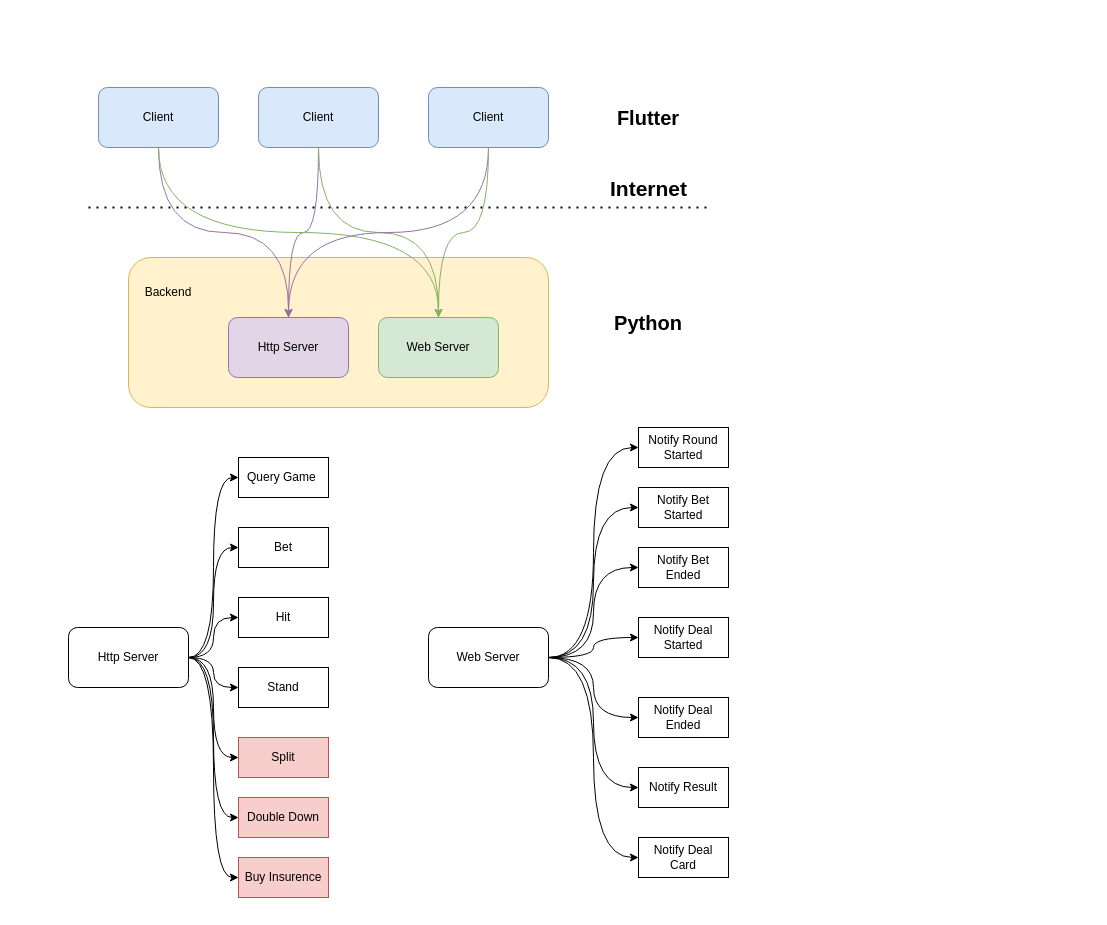
Above: docs/blackjack_tech_structure.drawio in chongin/blackjack (draw.io), before the change. Source tidied: cells renumbered, new cells numbered last; positions are measured from the earlier drawing's top-left corner, leaving out a move shared by most shapes. Both pictures are drawn from the tidied source at 100%, with x=0, y=0 at pixel (68, 87).
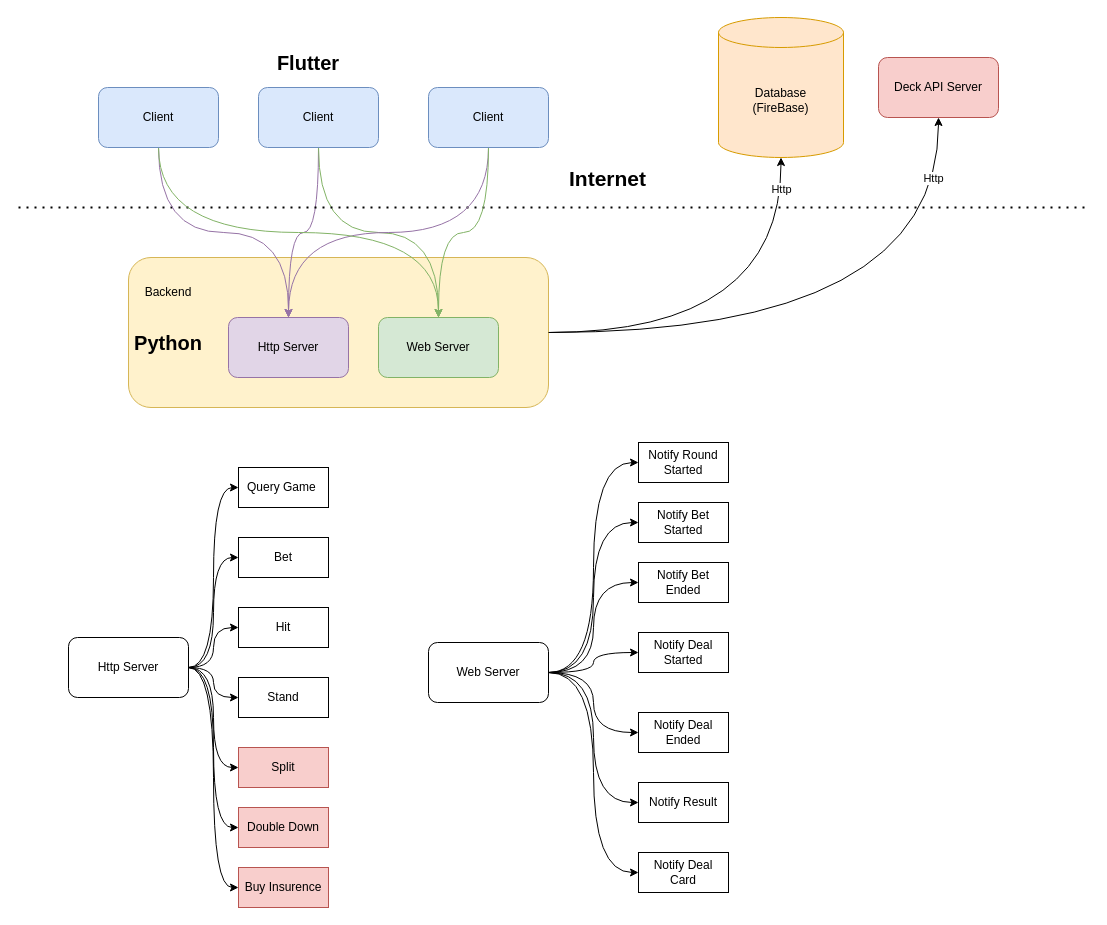
Above is the later version.

The change refers to these unchanged cells:
```xml
<mxCell id="2" style="rounded=1;whiteSpace=wrap;html=1;fillColor=#fff2cc;strokeColor=#d6b656;" parent="1" vertex="1">
  <mxGeometry x="60" y="170" width="420" height="150" as="geometry" />
</mxCell>
```

Change to the diagram source:
```diff
@@
+    <mxCell id="49" style="edgeStyle=orthogonalEdgeStyle;curved=1;rounded=0;jettySize=auto;html=1;exitX=1;exitY=0.5;exitDx=0;exitDy=0;entryX=0.5;entryY=1;entryDx=0;entryDy=0;" parent="1" edge="1" source="2" target="54">
+      <mxGeometry relative="1" as="geometry" />
+    </mxCell>
+    <mxCell id="50" value="Http" style="edgeLabel;html=1;align=center;verticalAlign=middle;" parent="49" vertex="1">
+      <mxGeometry x="0.8" y="6" relative="1" as="geometry" />
+    </mxCell>
@@
     <mxCell id="6" style="endArrow=none;dashed=1;html=1;dashPattern=1 3;strokeWidth=2;rounded=0;" parent="1" edge="1">
       <mxGeometry relative="1" as="geometry">
-        <mxPoint x="20" y="120" as="sourcePoint" />
-        <mxPoint x="640" y="120" as="targetPoint" />
+        <mxPoint x="-50" y="120" as="sourcePoint" />
+        <mxPoint x="1020" y="120" as="targetPoint" />
       </mxGeometry>
     </mxCell>
     <mxCell id="7" value="Internet" style="edgeLabel;html=1;align=center;verticalAlign=middle;fontSize=21;fontStyle=1;" parent="6" vertex="1">
       <mxGeometry x="0.92" y="-2" relative="1" as="geometry">
-        <mxPoint x="-36" y="-22" as="offset" />
+        <mxPoint x="-439" y="-32" as="offset" />
       </mxGeometry>
     </mxCell>
@@
     <mxCell id="17" value="Query Game&amp;nbsp;" style="rounded=0;whiteSpace=wrap;html=1;" parent="1" vertex="1">
-      <mxGeometry x="170" y="370" width="90" height="40" as="geometry" />
+      <mxGeometry x="170" y="380" width="90" height="40" as="geometry" />
     </mxCell>
     <mxCell id="18" value="Bet" style="rounded=0;whiteSpace=wrap;html=1;" parent="1" vertex="1">
-      <mxGeometry x="170" y="440" width="90" height="40" as="geometry" />
+      <mxGeometry x="170" y="450" width="90" height="40" as="geometry" />
     </mxCell>
     <mxCell id="19" value="Hit" style="rounded=0;whiteSpace=wrap;html=1;" parent="1" vertex="1">
-      <mxGeometry x="170" y="510" width="90" height="40" as="geometry" />
+      <mxGeometry x="170" y="520" width="90" height="40" as="geometry" />
     </mxCell>
@@
     <mxCell id="27" value="Http Server" style="rounded=1;whiteSpace=wrap;html=1;" parent="1" vertex="1">
-      <mxGeometry y="540" width="120" height="60" as="geometry" />
+      <mxGeometry y="550" width="120" height="60" as="geometry" />
     </mxCell>
     <mxCell id="28" value="Stand" style="rounded=0;whiteSpace=wrap;html=1;" parent="1" vertex="1">
-      <mxGeometry x="170" y="580" width="90" height="40" as="geometry" />
+      <mxGeometry x="170" y="590" width="90" height="40" as="geometry" />
     </mxCell>
     <mxCell id="29" value="Split" style="rounded=0;whiteSpace=wrap;html=1;fillColor=#f8cecc;strokeColor=#b85450;" parent="1" vertex="1">
-      <mxGeometry x="170" y="650" width="90" height="40" as="geometry" />
+      <mxGeometry x="170" y="660" width="90" height="40" as="geometry" />
     </mxCell>
     <mxCell id="30" value="Double Down" style="rounded=0;whiteSpace=wrap;html=1;fillColor=#f8cecc;strokeColor=#b85450;" parent="1" vertex="1">
-      <mxGeometry x="170" y="710" width="90" height="40" as="geometry" />
+      <mxGeometry x="170" y="720" width="90" height="40" as="geometry" />
     </mxCell>
     <mxCell id="31" value="Buy Insurence" style="rounded=0;whiteSpace=wrap;html=1;fillColor=#f8cecc;strokeColor=#b85450;" parent="1" vertex="1">
-      <mxGeometry x="170" y="770" width="90" height="40" as="geometry" />
+      <mxGeometry x="170" y="780" width="90" height="40" as="geometry" />
     </mxCell>
@@
     <mxCell id="39" value="Web Server" style="rounded=1;whiteSpace=wrap;html=1;" parent="1" vertex="1">
-      <mxGeometry x="360" y="540" width="120" height="60" as="geometry" />
+      <mxGeometry x="360" y="555" width="120" height="60" as="geometry" />
     </mxCell>
     <mxCell id="40" value="Notify Round Started" style="rounded=0;whiteSpace=wrap;html=1;" parent="1" vertex="1">
-      <mxGeometry x="570" y="340" width="90" height="40" as="geometry" />
+      <mxGeometry x="570" y="355" width="90" height="40" as="geometry" />
     </mxCell>
     <mxCell id="41" value="Notify Bet Started" style="rounded=0;whiteSpace=wrap;html=1;" parent="1" vertex="1">
-      <mxGeometry x="570" y="400" width="90" height="40" as="geometry" />
+      <mxGeometry x="570" y="415" width="90" height="40" as="geometry" />
     </mxCell>
     <mxCell id="42" value="Notify Bet Ended" style="rounded=0;whiteSpace=wrap;html=1;" parent="1" vertex="1">
-      <mxGeometry x="570" y="460" width="90" height="40" as="geometry" />
+      <mxGeometry x="570" y="475" width="90" height="40" as="geometry" />
     </mxCell>
     <mxCell id="43" value="Notify Deal Ended" style="rounded=0;whiteSpace=wrap;html=1;" parent="1" vertex="1">
-      <mxGeometry x="570" y="610" width="90" height="40" as="geometry" />
+      <mxGeometry x="570" y="625" width="90" height="40" as="geometry" />
     </mxCell>
     <mxCell id="44" value="Notify Deal Started" style="rounded=0;whiteSpace=wrap;html=1;" parent="1" vertex="1">
-      <mxGeometry x="570" y="530" width="90" height="40" as="geometry" />
+      <mxGeometry x="570" y="545" width="90" height="40" as="geometry" />
     </mxCell>
     <mxCell id="45" value="Notify Result" style="rounded=0;whiteSpace=wrap;html=1;" parent="1" vertex="1">
-      <mxGeometry x="570" y="680" width="90" height="40" as="geometry" />
+      <mxGeometry x="570" y="695" width="90" height="40" as="geometry" />
     </mxCell>
     <mxCell id="46" value="Notify Deal Card" style="rounded=0;whiteSpace=wrap;html=1;" parent="1" vertex="1">
-      <mxGeometry x="570" y="750" width="90" height="40" as="geometry" />
+      <mxGeometry x="570" y="765" width="90" height="40" as="geometry" />
     </mxCell>
     <mxCell id="47" value="Flutter" style="text;html=1;strokeColor=none;fillColor=none;align=center;verticalAlign=middle;whiteSpace=wrap;rounded=0;fontSize=20;fontStyle=1;" parent="1" vertex="1">
-      <mxGeometry x="550" y="15" width="60" height="30" as="geometry" />
+      <mxGeometry x="210" y="-40" width="60" height="30" as="geometry" />
     </mxCell>
     <mxCell id="48" value="Python" style="text;html=1;strokeColor=none;fillColor=none;align=center;verticalAlign=middle;whiteSpace=wrap;rounded=0;fontSize=20;fontStyle=1;" parent="1" vertex="1">
-      <mxGeometry x="550" y="220" width="60" height="30" as="geometry" />
+      <mxGeometry x="70" y="240" width="60" height="30" as="geometry" />
     </mxCell>
+    <mxCell id="51" value="Database&lt;br&gt;(FireBase)" style="shape=cylinder3;whiteSpace=wrap;html=1;boundedLbl=1;backgroundOutline=1;size=15;fillColor=#ffe6cc;strokeColor=#d79b00;" parent="1" vertex="1">
+      <mxGeometry x="650" y="-70" width="125" height="140" as="geometry" />
+    </mxCell>
+    <mxCell id="52" style="edgeStyle=orthogonalEdgeStyle;curved=1;rounded=0;jettySize=auto;html=1;exitX=1;exitY=0.5;exitDx=0;exitDy=0;entryX=0.5;entryY=1;entryDx=0;entryDy=0;entryPerimeter=0;" parent="1" edge="1" source="2" target="51">
+      <mxGeometry relative="1" as="geometry" />
+    </mxCell>
+    <mxCell id="53" value="Http" style="edgeLabel;html=1;align=center;verticalAlign=middle;" parent="52" vertex="1">
+      <mxGeometry x="0.73" y="6" relative="1" as="geometry">
+        <mxPoint x="6" y="-24" as="offset" />
+      </mxGeometry>
+    </mxCell>
+    <mxCell id="54" value="Deck API Server" style="rounded=1;whiteSpace=wrap;html=1;fillColor=#f8cecc;strokeColor=#b85450;" parent="1" vertex="1">
+      <mxGeometry x="810" y="-30" width="120" height="60" as="geometry" />
+    </mxCell>
```
